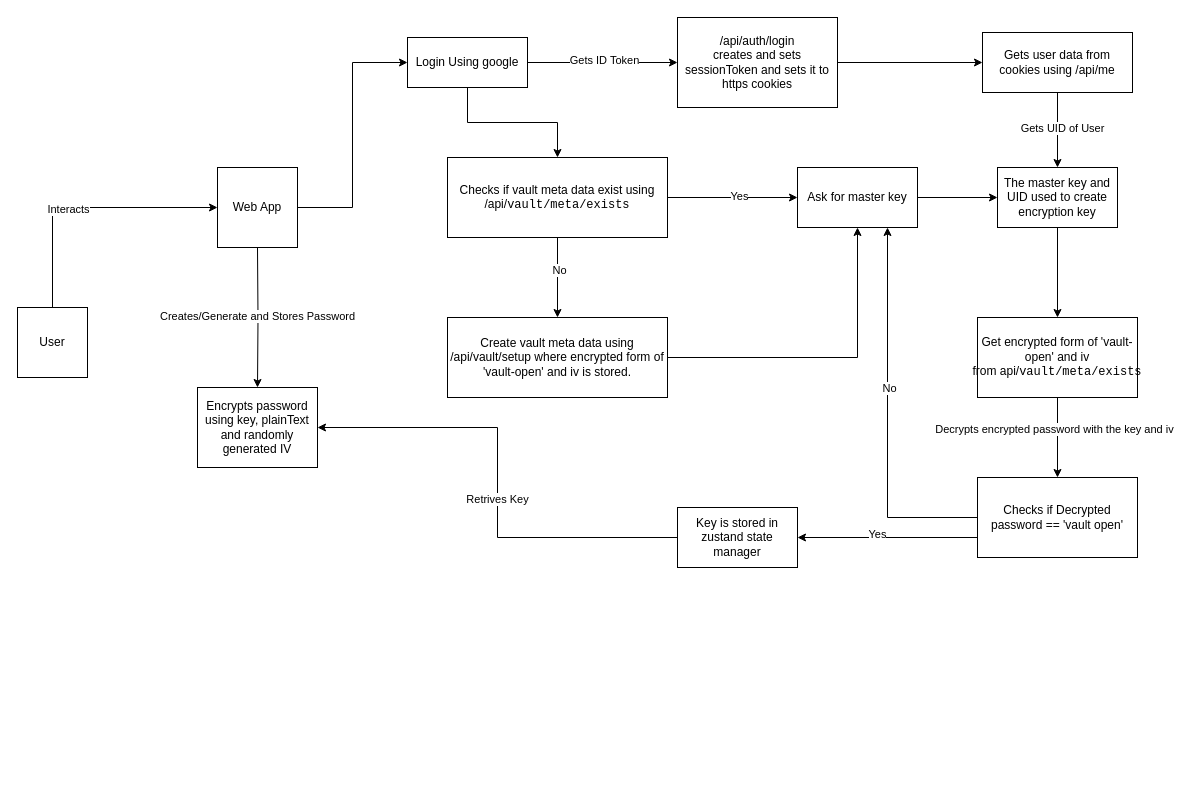
This is Passwuts Archetectural Diagram.drawio from SplinterSword/passwuts, a draw.io file, before an edit. Source tidied: cells renumbered, new cells numbered last; positions are measured from the earlier drawing's top-left corner, leaving out a move shared by most shapes. Both pictures are drawn from the tidied source at 100%, with x=0, y=0 at pixel (17, 17).
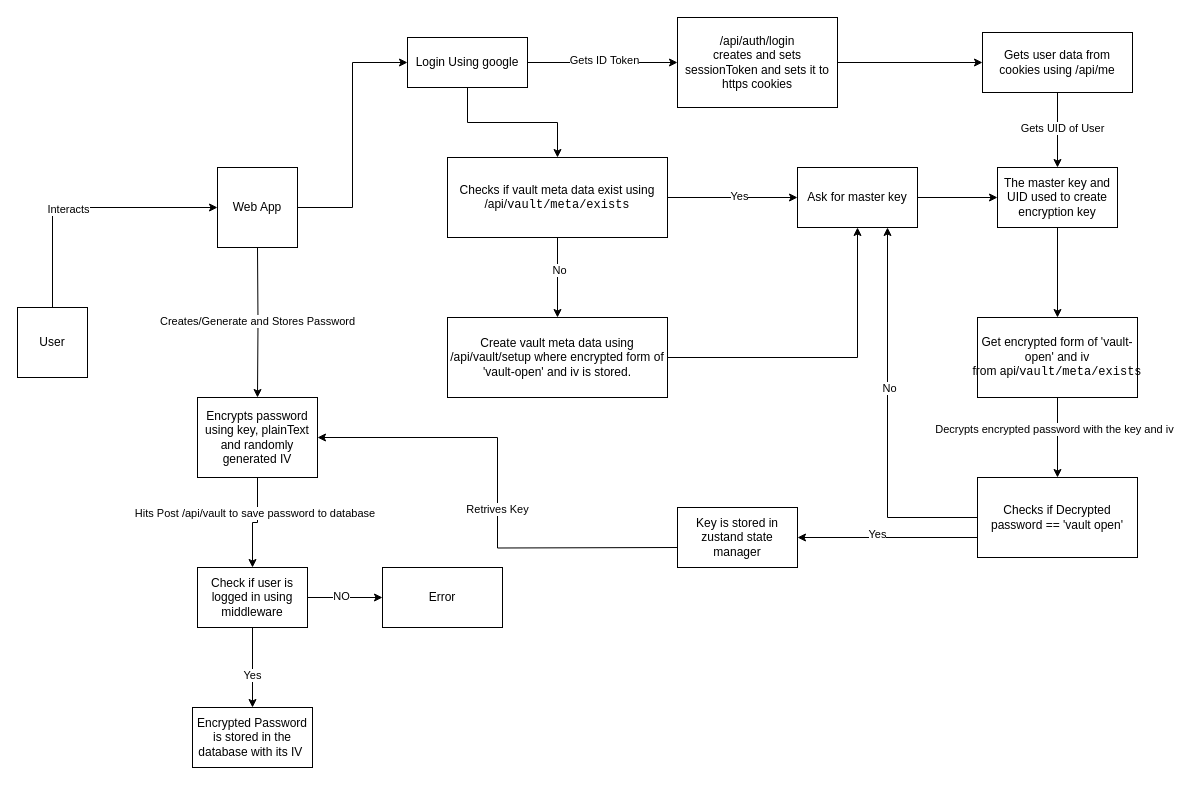
The same diagram, later.

The change refers to these unchanged cells:
```xml
<mxCell id="39" value="Key is stored in zustand state manager" style="rounded=0;whiteSpace=wrap;html=1;" parent="1" vertex="1">
  <mxGeometry x="660" y="490" width="120" height="60" as="geometry" />
</mxCell>
```

What changed in the source:
```diff
@@
-    <mxCell id="37" style="edgeStyle=orthogonalEdgeStyle;rounded=0;jettySize=auto;html=1;exitX=0;exitY=0.5;exitDx=0;exitDy=0;entryX=1;entryY=0.5;entryDx=0;entryDy=0;" parent="1" edge="1" source="39" target="40">
-      <mxGeometry relative="1" as="geometry" />
+    <mxCell id="37" style="edgeStyle=orthogonalEdgeStyle;rounded=0;jettySize=auto;html=1;exitX=0;exitY=0.5;exitDx=0;exitDy=0;entryX=1;entryY=0.5;entryDx=0;entryDy=0;" parent="1" edge="1" target="40">
+      <mxGeometry relative="1" as="geometry">
+        <mxPoint x="660" y="530" as="sourcePoint" />
+      </mxGeometry>
     </mxCell>
@@
+    <mxCell id="41" style="edgeStyle=orthogonalEdgeStyle;rounded=0;jettySize=auto;html=1;" parent="1" edge="1" source="40" target="47">
+      <mxGeometry relative="1" as="geometry" />
+    </mxCell>
+    <mxCell id="42" value="Hits Post /api/vault to save password to database&amp;nbsp;" style="edgeLabel;html=1;align=center;verticalAlign=middle;" parent="41" vertex="1">
+      <mxGeometry x="-0.26" y="-2" relative="1" as="geometry" />
+    </mxCell>
     <mxCell id="40" value="Encrypts password using key, plainText and randomly generated IV" style="rounded=0;whiteSpace=wrap;html=1;" parent="1" vertex="1">
-      <mxGeometry x="180" y="370" width="120" height="80" as="geometry" />
+      <mxGeometry x="180" y="380" width="120" height="80" as="geometry" />
     </mxCell>
+    <mxCell id="43" style="edgeStyle=orthogonalEdgeStyle;rounded=0;jettySize=auto;html=1;" parent="1" edge="1" source="47" target="48">
+      <mxGeometry relative="1" as="geometry" />
+    </mxCell>
+    <mxCell id="44" value="NO" style="edgeLabel;html=1;align=center;verticalAlign=middle;" parent="43" vertex="1">
+      <mxGeometry x="-0.11" y="2" relative="1" as="geometry" />
+    </mxCell>
+    <mxCell id="45" style="edgeStyle=orthogonalEdgeStyle;rounded=0;jettySize=auto;html=1;" parent="1" edge="1" source="47" target="49">
+      <mxGeometry relative="1" as="geometry" />
+    </mxCell>
+    <mxCell id="46" value="Yes" style="edgeLabel;html=1;align=center;verticalAlign=middle;" parent="45" vertex="1">
+      <mxGeometry x="0.18" y="-1" relative="1" as="geometry" />
+    </mxCell>
+    <mxCell id="47" value="Check if user is logged in using middleware" style="whiteSpace=wrap;html=1;rounded=0;" parent="1" vertex="1">
+      <mxGeometry x="180" y="550" width="110" height="60" as="geometry" />
+    </mxCell>
+    <mxCell id="48" value="Error" style="whiteSpace=wrap;html=1;rounded=0;" parent="1" vertex="1">
+      <mxGeometry x="365" y="550" width="120" height="60" as="geometry" />
+    </mxCell>
+    <mxCell id="49" value="Encrypted Password is stored in the database with its IV&amp;nbsp;" style="whiteSpace=wrap;html=1;rounded=0;" parent="1" vertex="1">
+      <mxGeometry x="175" y="690" width="120" height="60" as="geometry" />
+    </mxCell>
```
